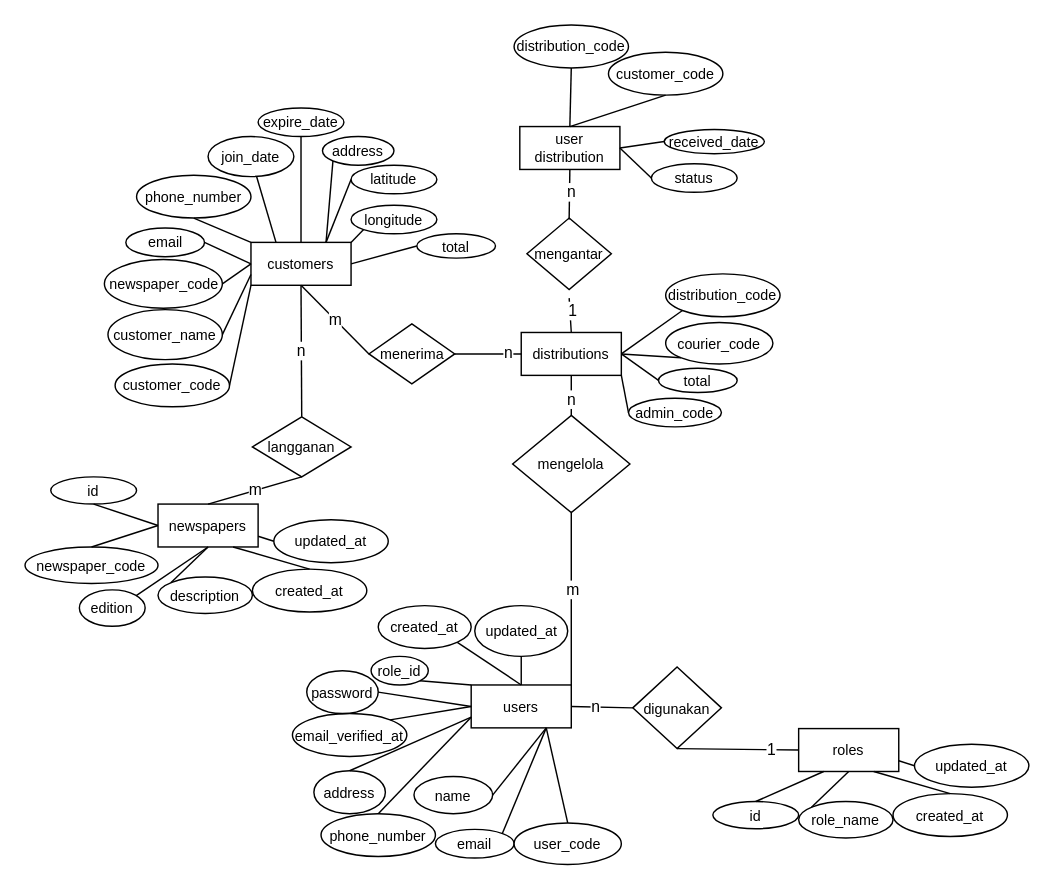
Before: ERD rb-location-tracer.drawio in kritimauludin/rb-location-tracker-design, a draw.io diagram. Source tidied: cells renumbered, new cells numbered last; positions are measured from the earlier drawing's top-left corner, leaving out a move shared by most shapes. Both pictures are drawn from the tidied source at 143%, with x=0, y=0 at pixel (24, 24).
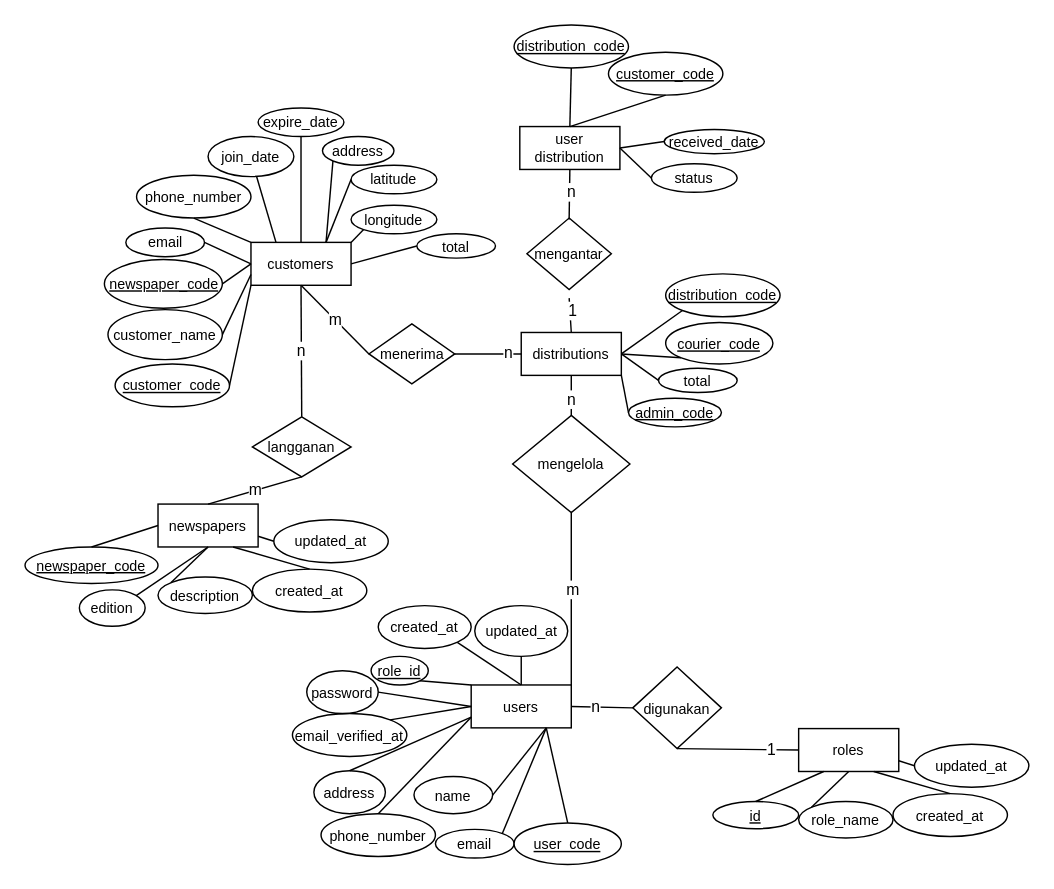
The same page after the edit.

Unchanged cells that the change refers to:
```xml
<mxCell id="92" value="newspapers" style="rounded=0;whiteSpace=wrap;html=1;fontSize=10;" parent="1" vertex="1">
  <mxGeometry x="93" y="335" width="70" height="30" as="geometry" />
</mxCell>
```

The edit, as a diff of the source:
```diff
@@
-    <mxCell id="5" value="customer_code" style="ellipse;whiteSpace=wrap;html=1;fontSize=10;" parent="1" vertex="1">
+    <mxCell id="5" value="&lt;u&gt;customer_code&lt;/u&gt;" style="ellipse;whiteSpace=wrap;html=1;fontSize=10;" parent="1" vertex="1">
       <mxGeometry x="63" y="237" width="80" height="30" as="geometry" />
     </mxCell>
@@
-    <mxCell id="24" value="user_code" style="ellipse;whiteSpace=wrap;html=1;fontSize=10;" parent="1" vertex="1">
+    <mxCell id="24" value="&lt;u&gt;user_code&lt;/u&gt;" style="ellipse;whiteSpace=wrap;html=1;fontSize=10;" parent="1" vertex="1">
       <mxGeometry x="342" y="558" width="75" height="29" as="geometry" />
     </mxCell>
@@
-    <mxCell id="31" value="courier_code" style="ellipse;whiteSpace=wrap;html=1;fontSize=10;" parent="1" vertex="1">
+    <mxCell id="31" value="&lt;u&gt;courier_code&lt;/u&gt;" style="ellipse;whiteSpace=wrap;html=1;fontSize=10;" parent="1" vertex="1">
       <mxGeometry x="448" y="208" width="75" height="29" as="geometry" />
     </mxCell>
@@
-    <mxCell id="46" value="admin_code" style="ellipse;whiteSpace=wrap;html=1;fontSize=10;" parent="1" vertex="1">
+    <mxCell id="46" value="&lt;u&gt;admin_code&lt;/u&gt;" style="ellipse;whiteSpace=wrap;html=1;fontSize=10;" parent="1" vertex="1">
       <mxGeometry x="422" y="261" width="65" height="20" as="geometry" />
     </mxCell>
@@
-    <mxCell id="49" value="distribution_code" style="ellipse;whiteSpace=wrap;html=1;fontSize=10;" parent="1" vertex="1">
+    <mxCell id="49" value="&lt;u&gt;distribution_code&lt;/u&gt;" style="ellipse;whiteSpace=wrap;html=1;fontSize=10;" parent="1" vertex="1">
       <mxGeometry x="448" y="174" width="80" height="30" as="geometry" />
     </mxCell>
@@
-    <mxCell id="53" value="customer_code" style="ellipse;whiteSpace=wrap;html=1;fontSize=10;" parent="1" vertex="1">
+    <mxCell id="53" value="&lt;u&gt;customer_code&lt;/u&gt;" style="ellipse;whiteSpace=wrap;html=1;fontSize=10;" parent="1" vertex="1">
       <mxGeometry x="408" y="19" width="80" height="30" as="geometry" />
     </mxCell>
@@
-    <mxCell id="57" value="distribution_code" style="ellipse;whiteSpace=wrap;html=1;fontSize=10;" parent="1" vertex="1">
+    <mxCell id="57" value="&lt;u&gt;distribution_code&lt;/u&gt;" style="ellipse;whiteSpace=wrap;html=1;fontSize=10;" parent="1" vertex="1">
       <mxGeometry x="342" width="80" height="30" as="geometry" />
     </mxCell>
@@
-    <mxCell id="68" value="id" style="ellipse;whiteSpace=wrap;html=1;fontSize=10;" parent="1" vertex="1">
+    <mxCell id="68" value="&lt;u&gt;id&lt;/u&gt;" style="ellipse;whiteSpace=wrap;html=1;fontSize=10;" parent="1" vertex="1">
       <mxGeometry x="481" y="543" width="60" height="19" as="geometry" />
     </mxCell>
@@
-    <mxCell id="82" value="role_id" style="ellipse;whiteSpace=wrap;html=1;fontSize=10;" parent="1" vertex="1">
+    <mxCell id="82" value="&lt;u&gt;role_id&lt;/u&gt;" style="ellipse;whiteSpace=wrap;html=1;fontSize=10;" parent="1" vertex="1">
       <mxGeometry x="242" y="441.5" width="40" height="20" as="geometry" />
     </mxCell>
@@
-    <mxCell id="90" value="newspaper_code" style="ellipse;whiteSpace=wrap;html=1;fontSize=10;" parent="1" vertex="1">
+    <mxCell id="90" value="&lt;u&gt;newspaper_code&lt;/u&gt;" style="ellipse;whiteSpace=wrap;html=1;fontSize=10;" parent="1" vertex="1">
       <mxGeometry x="55.5" y="164" width="82.5" height="34" as="geometry" />
     </mxCell>
@@
-    <mxCell id="93" value="id" style="ellipse;whiteSpace=wrap;html=1;fontSize=10;" parent="1" vertex="1">
-      <mxGeometry x="18" y="316" width="60" height="19" as="geometry" />
-    </mxCell>
@@
-    <mxCell id="96" style="endArrow=none;html=1;rounded=0;entryX=0.5;entryY=1;entryDx=0;entryDy=0;exitX=0;exitY=0.5;exitDx=0;exitDy=0;" parent="1" edge="1" source="92" target="93">
-      <mxGeometry relative="1" as="geometry" />
-    </mxCell>
@@
-    <mxCell id="102" value="newspaper_code" style="ellipse;whiteSpace=wrap;html=1;fontSize=10;" parent="1" vertex="1">
+    <mxCell id="102" value="&lt;u&gt;newspaper_code&lt;/u&gt;" style="ellipse;whiteSpace=wrap;html=1;fontSize=10;" parent="1" vertex="1">
       <mxGeometry y="365" width="93" height="25.5" as="geometry" />
     </mxCell>
```
